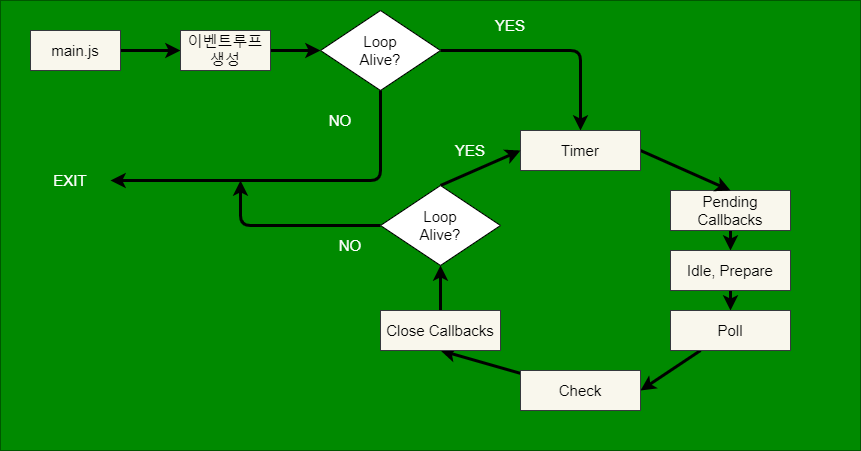
Before: docs/eventloop/eventloop_flow.png, a diagram exported from draw.io (leewoooo/blog-code). Source tidied: cells renumbered, new cells last; positions are measured from the earlier drawing's top-left corner, leaving out a move shared by most shapes. The source it was exported from:
```xml
<mxGraphModel>
  <root>
    <mxCell id="0" />
    <mxCell id="1" parent="0" />
    <mxCell id="2" style="rounded=0;whiteSpace=wrap;html=1;fillColor=#008a00;fontColor=#ffffff;strokeColor=#005700;" parent="1" vertex="1">
      <mxGeometry width="860" height="450" as="geometry" />
    </mxCell>
    <mxCell id="3" style="edgeStyle=none;html=1;entryX=0;entryY=0.5;entryDx=0;entryDy=0;fontSize=15;fontColor=#000000;strokeWidth=3;" parent="1" edge="1" source="4" target="6">
      <mxGeometry relative="1" as="geometry" />
    </mxCell>
    <mxCell id="4" value="&lt;font color=&quot;#000000&quot;&gt;&lt;span style=&quot;font-size: 15px&quot;&gt;main.js&lt;/span&gt;&lt;/font&gt;" style="rounded=0;whiteSpace=wrap;html=1;fillColor=#f9f7ed;strokeColor=#36393d;" parent="1" vertex="1">
      <mxGeometry x="30" y="30" width="90" height="40" as="geometry" />
    </mxCell>
    <mxCell id="5" style="edgeStyle=none;html=1;entryX=0;entryY=0.5;entryDx=0;entryDy=0;fontSize=15;fontColor=#000000;strokeWidth=3;" parent="1" edge="1" source="6" target="8">
      <mxGeometry relative="1" as="geometry" />
    </mxCell>
    <mxCell id="6" value="&lt;font color=&quot;#000000&quot;&gt;&lt;span style=&quot;font-size: 15px&quot;&gt;이벤트루프&lt;br&gt;생성&lt;br&gt;&lt;/span&gt;&lt;/font&gt;" style="rounded=0;whiteSpace=wrap;html=1;fillColor=#f9f7ed;strokeColor=#36393d;" parent="1" vertex="1">
      <mxGeometry x="180" y="30" width="90" height="40" as="geometry" />
    </mxCell>
    <mxCell id="7" style="edgeStyle=none;html=1;entryX=0.5;entryY=0;entryDx=0;entryDy=0;fontSize=15;fontColor=#000000;strokeWidth=3;" parent="1" edge="1" source="8" target="18">
      <mxGeometry relative="1" as="geometry">
        <Array as="points">
          <mxPoint x="580" y="50" />
        </Array>
      </mxGeometry>
    </mxCell>
    <mxCell id="8" value="Loop&lt;br&gt;Alive?" style="rhombus;whiteSpace=wrap;html=1;fontSize=15;fontColor=#000000;fillColor=#FFFFFF;" parent="1" vertex="1">
      <mxGeometry x="320" y="10" width="120" height="80" as="geometry" />
    </mxCell>
    <mxCell id="9" style="edgeStyle=none;html=1;entryX=0.5;entryY=0;entryDx=0;entryDy=0;fontSize=15;fontColor=#000000;strokeWidth=3;" parent="1" edge="1" source="10" target="12">
      <mxGeometry relative="1" as="geometry" />
    </mxCell>
    <mxCell id="10" value="&lt;font color=&quot;#000000&quot;&gt;&lt;span style=&quot;font-size: 15px&quot;&gt;Pending Callbacks&lt;br&gt;&lt;/span&gt;&lt;/font&gt;" style="rounded=0;whiteSpace=wrap;html=1;fillColor=#f9f7ed;strokeColor=#36393d;" parent="1" vertex="1">
      <mxGeometry x="670" y="190" width="120" height="40" as="geometry" />
    </mxCell>
    <mxCell id="11" style="edgeStyle=none;html=1;fontSize=15;fontColor=#000000;strokeWidth=3;" parent="1" edge="1" source="12" target="14">
      <mxGeometry relative="1" as="geometry" />
    </mxCell>
    <mxCell id="12" value="&lt;font color=&quot;#000000&quot;&gt;&lt;span style=&quot;font-size: 15px&quot;&gt;Idle, Prepare&lt;br&gt;&lt;/span&gt;&lt;/font&gt;" style="rounded=0;whiteSpace=wrap;html=1;fillColor=#f9f7ed;strokeColor=#36393d;" parent="1" vertex="1">
      <mxGeometry x="670" y="250" width="120" height="40" as="geometry" />
    </mxCell>
    <mxCell id="13" style="edgeStyle=none;html=1;entryX=1;entryY=0.5;entryDx=0;entryDy=0;fontSize=15;fontColor=#000000;strokeWidth=3;" parent="1" edge="1" source="14" target="16">
      <mxGeometry relative="1" as="geometry" />
    </mxCell>
    <mxCell id="14" value="&lt;font color=&quot;#000000&quot;&gt;&lt;span style=&quot;font-size: 15px&quot;&gt;Poll&lt;br&gt;&lt;/span&gt;&lt;/font&gt;" style="rounded=0;whiteSpace=wrap;html=1;fillColor=#f9f7ed;strokeColor=#36393d;" parent="1" vertex="1">
      <mxGeometry x="670" y="310" width="120" height="40" as="geometry" />
    </mxCell>
    <mxCell id="15" style="edgeStyle=none;html=1;entryX=0.5;entryY=1;entryDx=0;entryDy=0;fontSize=15;fontColor=#000000;strokeWidth=3;" parent="1" edge="1" source="16" target="20">
      <mxGeometry relative="1" as="geometry" />
    </mxCell>
    <mxCell id="16" value="&lt;font color=&quot;#000000&quot;&gt;&lt;span style=&quot;font-size: 15px&quot;&gt;Check&lt;br&gt;&lt;/span&gt;&lt;/font&gt;" style="rounded=0;whiteSpace=wrap;html=1;fillColor=#f9f7ed;strokeColor=#36393d;" parent="1" vertex="1">
      <mxGeometry x="520" y="370" width="120" height="40" as="geometry" />
    </mxCell>
    <mxCell id="17" style="edgeStyle=none;html=1;entryX=0.5;entryY=0;entryDx=0;entryDy=0;fontSize=15;fontColor=#000000;strokeWidth=3;exitX=1;exitY=0.5;exitDx=0;exitDy=0;" parent="1" edge="1" source="18" target="10">
      <mxGeometry relative="1" as="geometry" />
    </mxCell>
    <mxCell id="18" value="&lt;font color=&quot;#000000&quot;&gt;&lt;span style=&quot;font-size: 15px&quot;&gt;Timer&lt;br&gt;&lt;/span&gt;&lt;/font&gt;" style="rounded=0;whiteSpace=wrap;html=1;fillColor=#f9f7ed;strokeColor=#36393d;" parent="1" vertex="1">
      <mxGeometry x="520" y="130" width="120" height="40" as="geometry" />
    </mxCell>
    <mxCell id="19" style="edgeStyle=none;html=1;entryX=0.5;entryY=1;entryDx=0;entryDy=0;fontSize=15;fontColor=#000000;strokeWidth=3;" parent="1" edge="1" source="20" target="23">
      <mxGeometry relative="1" as="geometry" />
    </mxCell>
    <mxCell id="20" value="&lt;font color=&quot;#000000&quot;&gt;&lt;span style=&quot;font-size: 15px&quot;&gt;Close Callbacks&lt;br&gt;&lt;/span&gt;&lt;/font&gt;" style="rounded=0;whiteSpace=wrap;html=1;fillColor=#f9f7ed;strokeColor=#36393d;" parent="1" vertex="1">
      <mxGeometry x="380" y="310" width="120" height="40" as="geometry" />
    </mxCell>
    <mxCell id="21" style="edgeStyle=none;html=1;entryX=0;entryY=0.5;entryDx=0;entryDy=0;fontSize=15;fontColor=#000000;strokeWidth=3;exitX=0.5;exitY=0;exitDx=0;exitDy=0;" parent="1" edge="1" source="23" target="18">
      <mxGeometry relative="1" as="geometry" />
    </mxCell>
    <mxCell id="22" style="edgeStyle=none;html=1;fontSize=15;fontColor=#000000;strokeWidth=3;" parent="1" edge="1" source="23">
      <mxGeometry relative="1" as="geometry">
        <mxPoint x="240" y="180" as="targetPoint" />
        <Array as="points">
          <mxPoint x="240" y="225" />
        </Array>
      </mxGeometry>
    </mxCell>
    <mxCell id="23" value="Loop&lt;br&gt;Alive?" style="rhombus;whiteSpace=wrap;html=1;fontSize=15;fontColor=#000000;fillColor=#FFFFFF;" parent="1" vertex="1">
      <mxGeometry x="380" y="185" width="120" height="80" as="geometry" />
    </mxCell>
    <mxCell id="24" style="endArrow=classic;html=1;fontSize=15;fontColor=#000000;strokeWidth=3;exitX=0.5;exitY=1;exitDx=0;exitDy=0;" parent="1" edge="1" source="8">
      <mxGeometry relative="1" as="geometry">
        <mxPoint x="110" y="180" as="targetPoint" />
        <Array as="points">
          <mxPoint x="380" y="180" />
        </Array>
      </mxGeometry>
    </mxCell>
    <mxCell id="25" value="YES" style="text;html=1;strokeColor=none;fillColor=none;align=center;verticalAlign=middle;whiteSpace=wrap;rounded=0;fontSize=15;fontColor=#FFFFFF;" parent="1" vertex="1">
      <mxGeometry x="440" y="135" width="60" height="30" as="geometry" />
    </mxCell>
    <mxCell id="26" value="YES" style="text;html=1;strokeColor=none;fillColor=none;align=center;verticalAlign=middle;whiteSpace=wrap;rounded=0;fontSize=15;fontColor=#FFFFFF;" parent="1" vertex="1">
      <mxGeometry x="480" y="10" width="60" height="30" as="geometry" />
    </mxCell>
    <mxCell id="27" value="NO" style="text;html=1;strokeColor=none;fillColor=none;align=center;verticalAlign=middle;whiteSpace=wrap;rounded=0;fontSize=15;fontColor=#FFFFFF;" parent="1" vertex="1">
      <mxGeometry x="310" y="105" width="60" height="30" as="geometry" />
    </mxCell>
    <mxCell id="28" value="NO" style="text;html=1;strokeColor=none;fillColor=none;align=center;verticalAlign=middle;whiteSpace=wrap;rounded=0;fontSize=15;fontColor=#FFFFFF;" parent="1" vertex="1">
      <mxGeometry x="320" y="230" width="60" height="30" as="geometry" />
    </mxCell>
    <mxCell id="29" value="EXIT" style="text;html=1;strokeColor=none;fillColor=none;align=center;verticalAlign=middle;whiteSpace=wrap;rounded=0;fontSize=15;fontColor=#FFFFFF;" parent="1" vertex="1">
      <mxGeometry x="40" y="165" width="60" height="30" as="geometry" />
    </mxCell>
  </root>
</mxGraphModel>
```
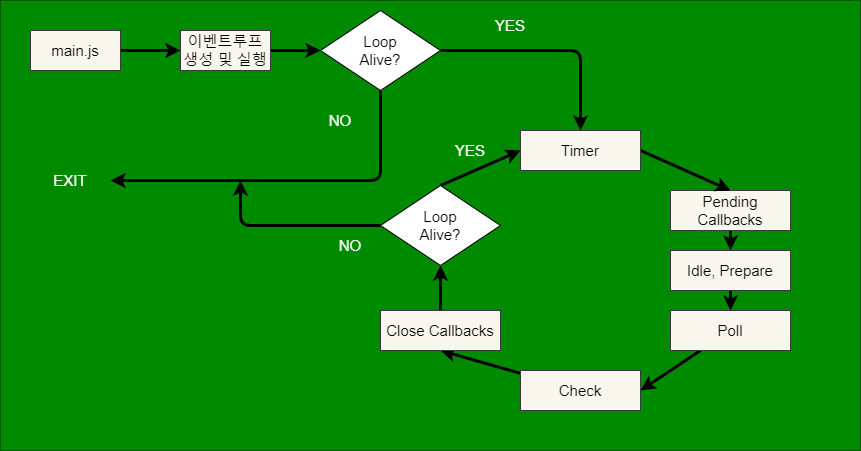
After the commit.

What changed in the source:
```diff
@@ -14,7 +14,7 @@
     <mxCell id="5" style="edgeStyle=none;html=1;entryX=0;entryY=0.5;entryDx=0;entryDy=0;fontSize=15;fontColor=#000000;strokeWidth=3;" parent="1" edge="1" source="6" target="8">
       <mxGeometry relative="1" as="geometry" />
     </mxCell>
-    <mxCell id="6" value="&lt;font color=&quot;#000000&quot;&gt;&lt;span style=&quot;font-size: 15px&quot;&gt;이벤트루프&lt;br&gt;생성&lt;br&gt;&lt;/span&gt;&lt;/font&gt;" style="rounded=0;whiteSpace=wrap;html=1;fillColor=#f9f7ed;strokeColor=#36393d;" parent="1" vertex="1">
+    <mxCell id="6" value="&lt;font color=&quot;#000000&quot;&gt;&lt;span style=&quot;font-size: 15px&quot;&gt;이벤트루프&lt;br&gt;생성 및 실행&lt;br&gt;&lt;/span&gt;&lt;/font&gt;" style="rounded=0;whiteSpace=wrap;html=1;fillColor=#f9f7ed;strokeColor=#36393d;" parent="1" vertex="1">
       <mxGeometry x="180" y="30" width="90" height="40" as="geometry" />
     </mxCell>
     <mxCell id="7" style="edgeStyle=none;html=1;entryX=0.5;entryY=0;entryDx=0;entryDy=0;fontSize=15;fontColor=#000000;strokeWidth=3;" parent="1" edge="1" source="8" target="18">
```
